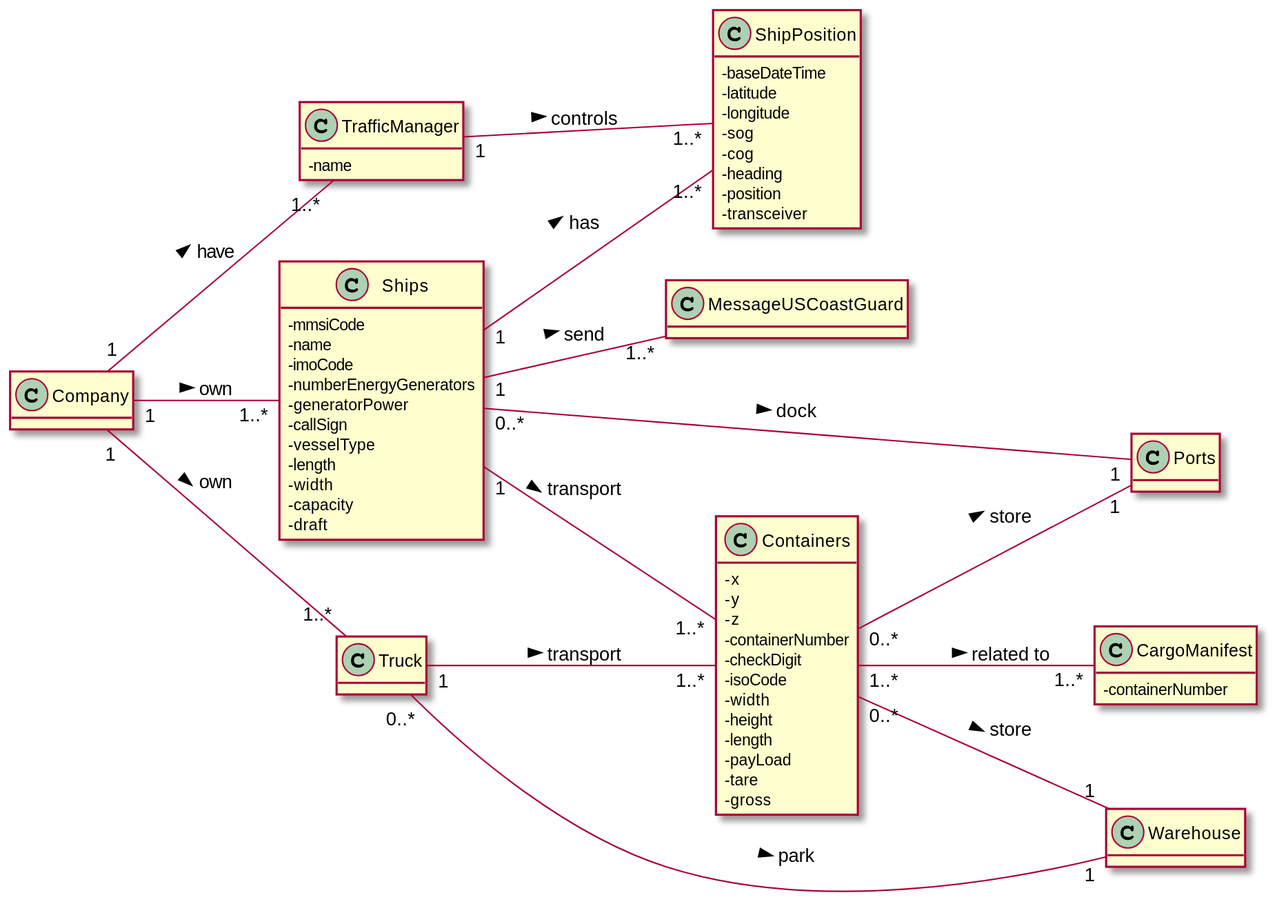
0franciscor/lapr3-2021-g042 keeps this PlantUML diagram as docs/DM.svg. Above is the earlier version.
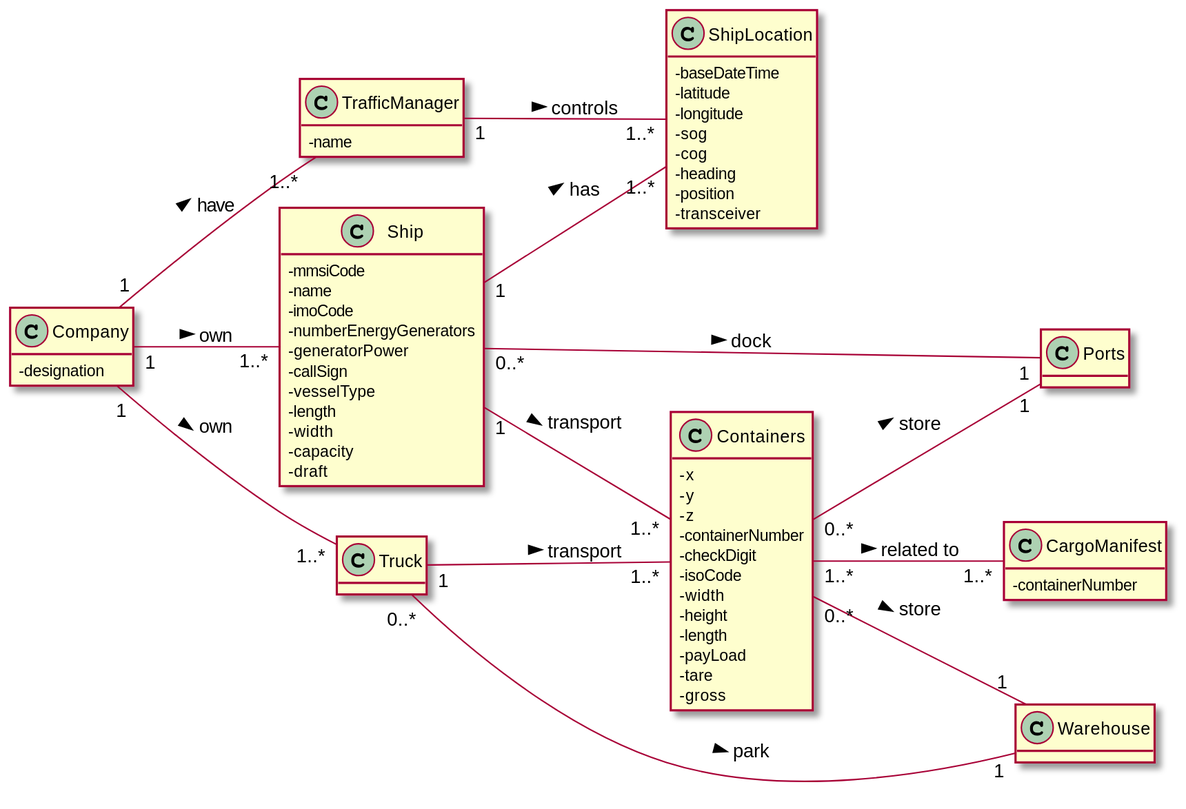
After the commit.

The edit, as a diff of the source:
```diff
@@ -5,7 +5,7 @@
 skinparam classAttributeIconSize 0
 
 class Company {
-
+-designation
 }
 
 class TrafficManager {
@@ -31,7 +31,7 @@
 -containerNumber
 }
 
-class Ships {
+class Ship {
 -mmsiCode
 -name
 -imoCode
@@ -49,10 +49,6 @@
 
 }
 
-class MessageUSCoastGuard {
-
-}
-
 class Truck {
 
 }
@@ -61,7 +57,7 @@
 
 }
 
-class ShipPosition {
+class ShipLocation {
 -baseDateTime
 -latitude
 -longitude
@@ -72,7 +68,7 @@
 -transceiver
 }
 
-Company "1"--"1..*" Ships: own >
+Company "1"--"1..*" Ship: own >
 Company "1"--"1..*" TrafficManager: have >
 Company "1"--"1..*" Truck: own >
 
@@ -80,12 +76,11 @@
 Containers "0..*"--"1" Ports: store >
 Containers "0..*"--"1" Warehouse: store >
 
-Ships "1"--"1..*" Containers : transport >
-Ships "1"--"1..*" MessageUSCoastGuard: send >
-Ships "0..*"--"1" Ports: dock >
-Ships "1" -- "1..*" ShipPosition : has >
+Ship "1"--"1..*" Containers : transport >
+Ship "0..*"--"1" Ports: dock >
+Ship "1" -- "1..*" ShipLocation : has >
 
-TrafficManager "1" -- "1..*" ShipPosition : controls >
+TrafficManager "1" -- "1..*" ShipLocation : controls >
 Truck "1"--"1..*" Containers : transport >
 Truck "0..*"--"1" Warehouse: park >
 
```
